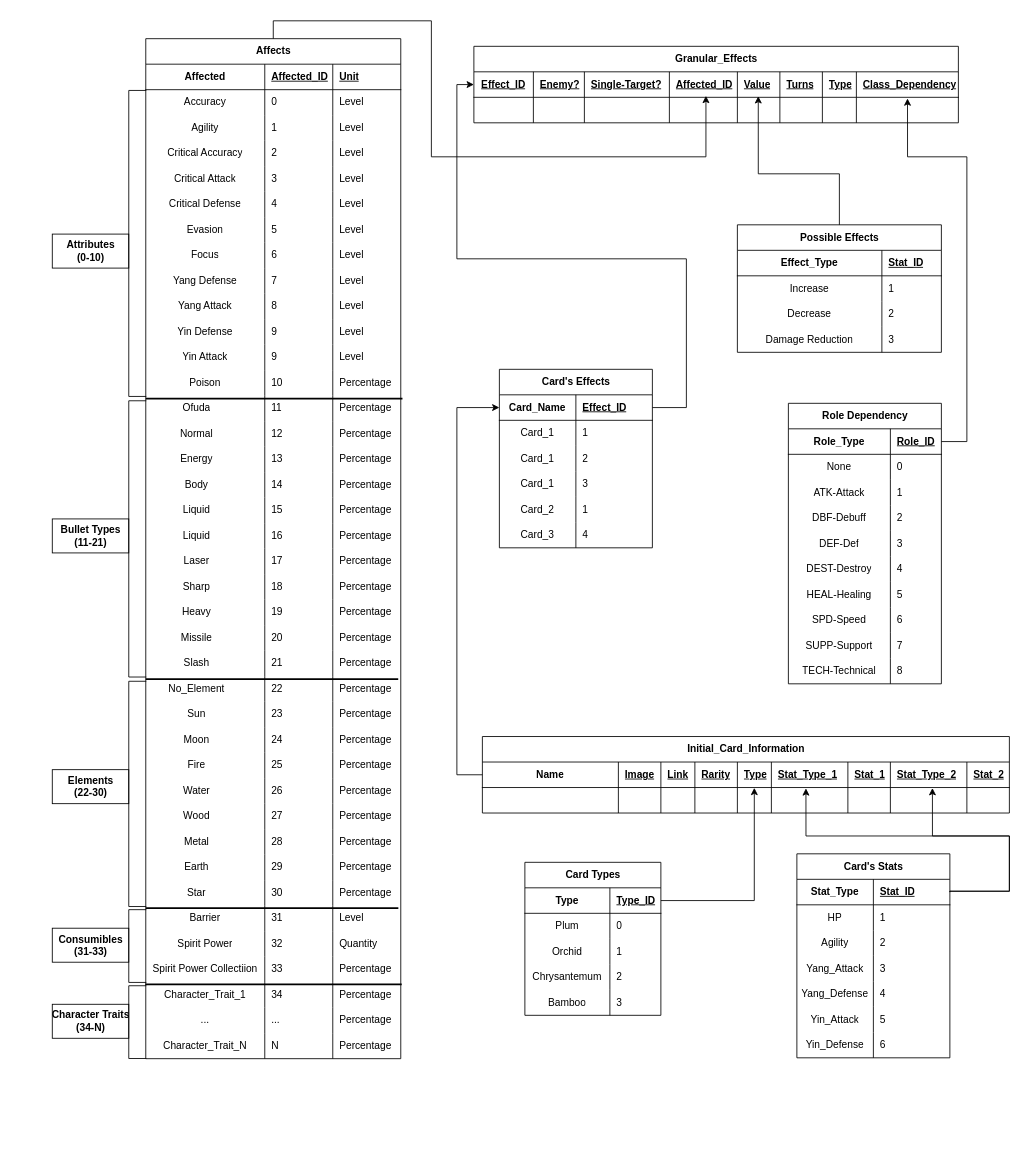
Above: page "Diagram" (1 of 2) of backend/Database_Architecture.drawio in IsabelBou/Kurodani (draw.io), before the change. Source tidied: cells renumbered, new cells numbered last; positions are measured from the earlier drawing's top-left corner, leaving out a move shared by most shapes. Both pictures are drawn from the tidied source at 85%, with x=0, y=0 at pixel (-16, 20).
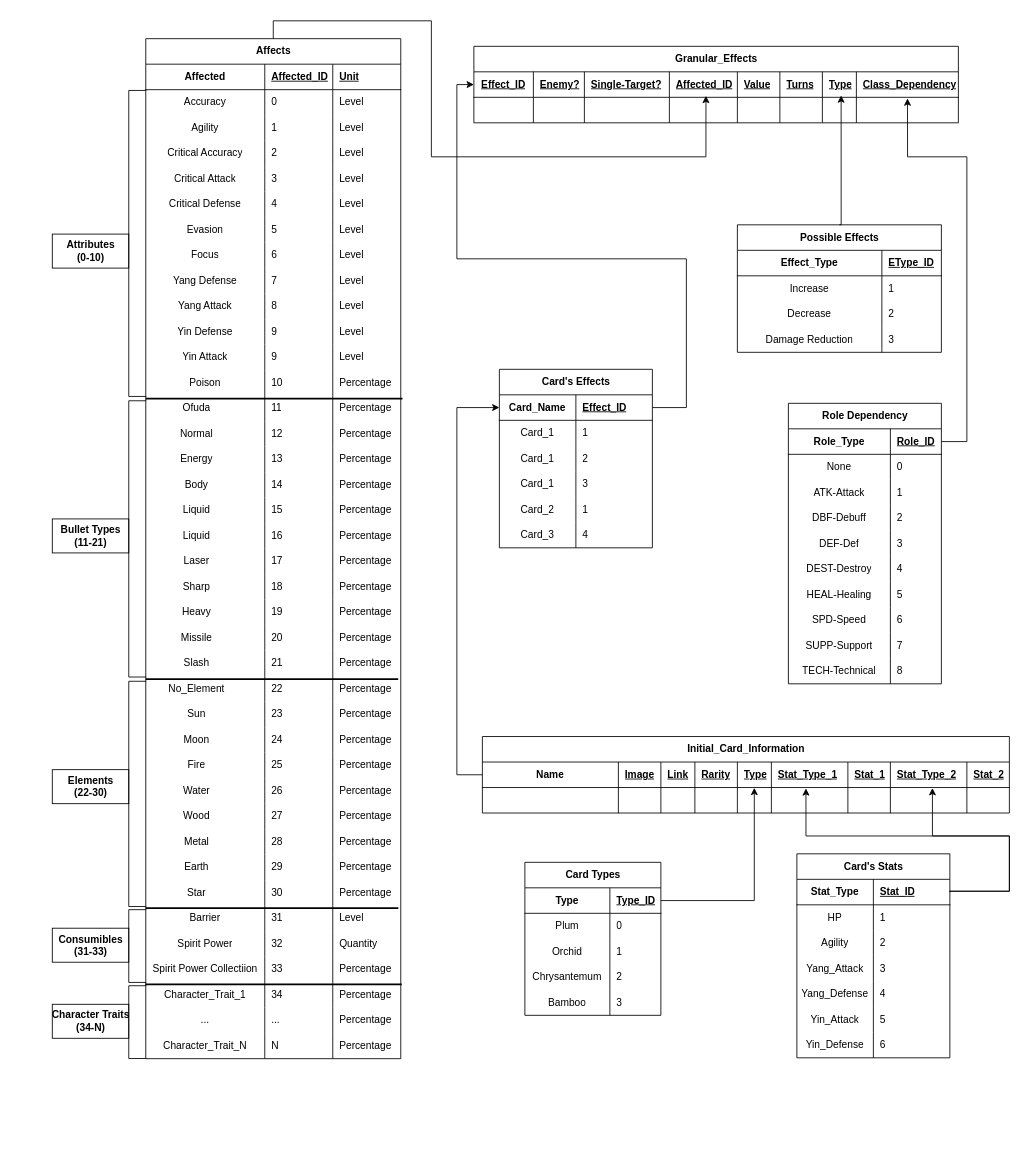
The same diagram, later.

Commit message (it also covers changes not shown here):
fix: Corrected a few typos

The change refers to these unchanged cells:
```xml
<mxCell id="12" style="shape=tableRow;horizontal=0;startSize=0;swimlaneHead=0;swimlaneBody=0;fillColor=none;points=[[0,0.5],[1,0.5]];portConstraint=eastwest;top=0;left=0;right=0;bottom=0;" parent="2" vertex="1">
  <mxGeometry y="60" width="570" height="30" as="geometry" />
</mxCell>
<mxCell id="136" value="Possible Effects" style="shape=table;startSize=30;childLayout=tableLayout;rowLines=0;fontStyle=1;align=center;html=1;" parent="1" vertex="1">
  <mxGeometry x="886" y="240" width="240" height="150" as="geometry" />
</mxCell>
<mxCell id="137" style="shape=tableRow;horizontal=0;startSize=0;swimlaneHead=0;swimlaneBody=0;fillColor=none;top=0;left=0;right=0;bottom=1;" parent="136" vertex="1">
  <mxGeometry y="30" width="240" height="30" as="geometry" />
</mxCell>
```

What changed in the source:
```diff
@@
-    <mxCell id="139" value="Stat_ID" style="shape=partialRectangle;fillColor=none;top=0;left=0;bottom=0;right=0;align=left;spacingLeft=6;fontStyle=5;overflow=hidden;whiteSpace=wrap;html=1;" parent="137" vertex="1">
+    <mxCell id="139" value="EType_ID" style="shape=partialRectangle;fillColor=none;top=0;left=0;bottom=0;right=0;align=left;spacingLeft=6;fontStyle=5;overflow=hidden;whiteSpace=wrap;html=1;" parent="137" vertex="1">
       <mxGeometry x="170" width="70" height="30" as="geometry" />
     </mxCell>
@@
-    <mxCell id="149" style="edgeStyle=orthogonalEdgeStyle;rounded=0;jettySize=auto;html=1;exitX=0.5;exitY=0;exitDx=0;exitDy=0;entryX=0.587;entryY=-0.044;entryDx=0;entryDy=0;entryPerimeter=0;" parent="1" edge="1" source="136" target="12">
+    <mxCell id="149" style="edgeStyle=orthogonalEdgeStyle;rounded=0;jettySize=auto;html=1;exitX=0.5;exitY=0;exitDx=0;exitDy=0;entryX=0.758;entryY=-0.073;entryDx=0;entryDy=0;entryPerimeter=0;" parent="1" edge="1" source="136" target="12">
       <mxGeometry relative="1" as="geometry">
         <Array as="points">
-          <mxPoint x="1006" y="180" />
-          <mxPoint x="911" y="180" />
+          <mxPoint x="1008" y="240" />
         </Array>
       </mxGeometry>
     </mxCell>
```
